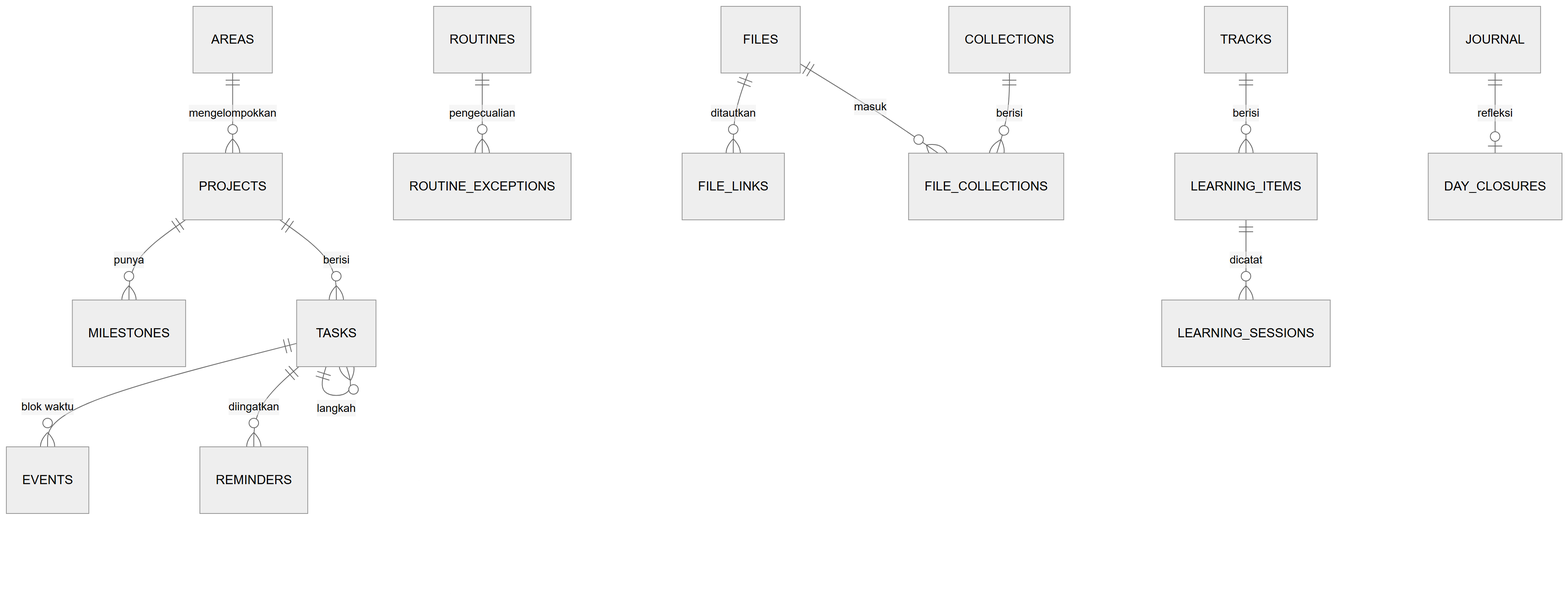
Before: docs/finalisasi/diagram/03a-erd-produktivitas.png, a diagram exported from Mermaid (wh1techapel/hub). Its source is kept beside it as docs/finalisasi/diagram/03a-erd-produktivitas.mmd. Source of this version:
```mermaid
erDiagram
  AREAS ||--o{ PROJECTS : mengelompokkan
  PROJECTS ||--o{ MILESTONES : punya
  PROJECTS ||--o{ TASKS : berisi
  TASKS ||--o{ TASKS : langkah
  TASKS ||--o{ EVENTS : "blok waktu"
  TASKS ||--o{ REMINDERS : diingatkan
  ROUTINES ||--o{ ROUTINE_EXCEPTIONS : pengecualian
  FILES ||--o{ FILE_LINKS : ditautkan
  FILES ||--o{ FILE_COLLECTIONS : masuk
  COLLECTIONS ||--o{ FILE_COLLECTIONS : berisi
  TRACKS ||--o{ LEARNING_ITEMS : berisi
  LEARNING_ITEMS ||--o{ LEARNING_SESSIONS : dicatat
  JOURNAL ||--o| DAY_CLOSURES : refleksi
```
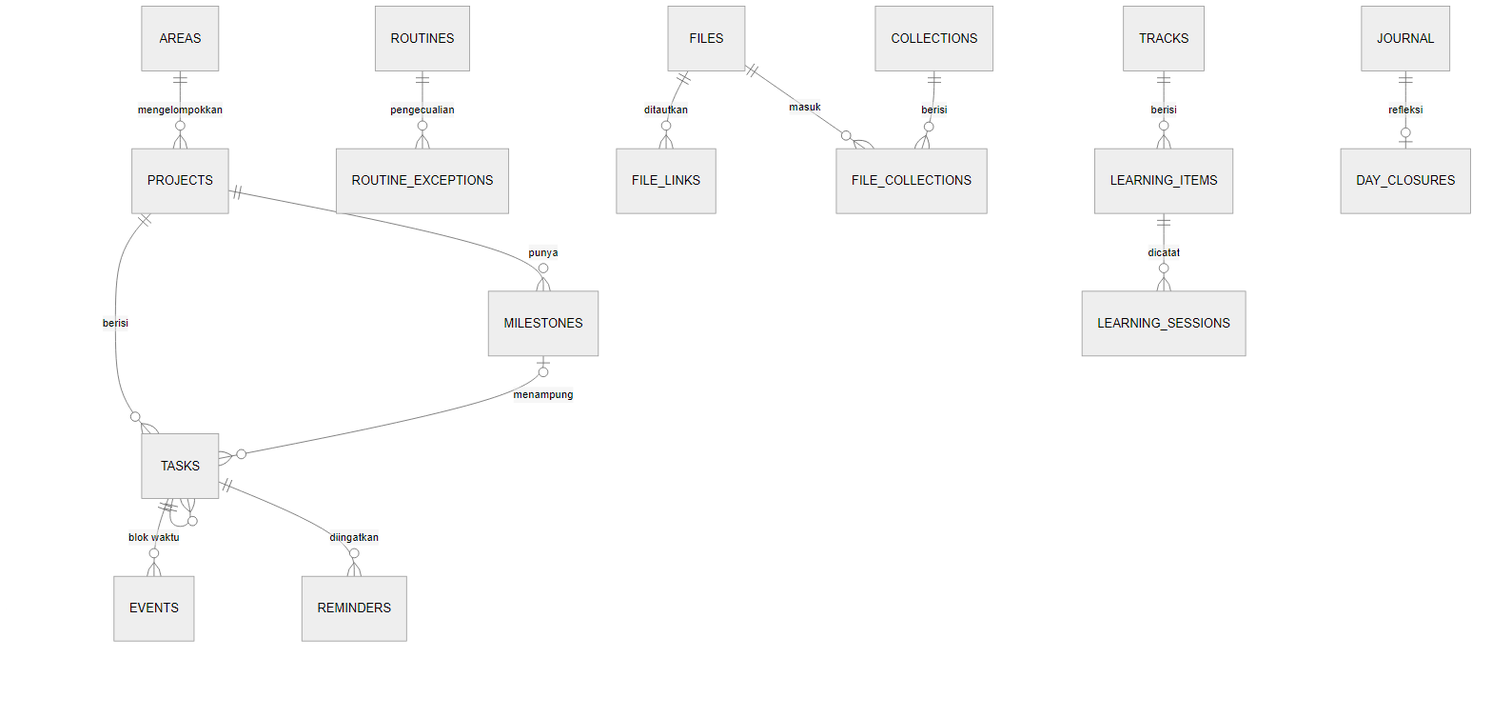
The same diagram one commit later.

Diff of the diagram source:
```diff
@@ -1,8 +1,9 @@
 erDiagram
   AREAS ||--o{ PROJECTS : mengelompokkan
+  PROJECTS ||--o{ TASKS : berisi
   PROJECTS ||--o{ MILESTONES : punya
-  PROJECTS ||--o{ TASKS : berisi
-  TASKS ||--o{ TASKS : langkah
+  TASKS ||--o{ TASKS : ""
+  MILESTONES |o--o{ TASKS : menampung
   TASKS ||--o{ EVENTS : "blok waktu"
   TASKS ||--o{ REMINDERS : diingatkan
   ROUTINES ||--o{ ROUTINE_EXCEPTIONS : pengecualian
```
